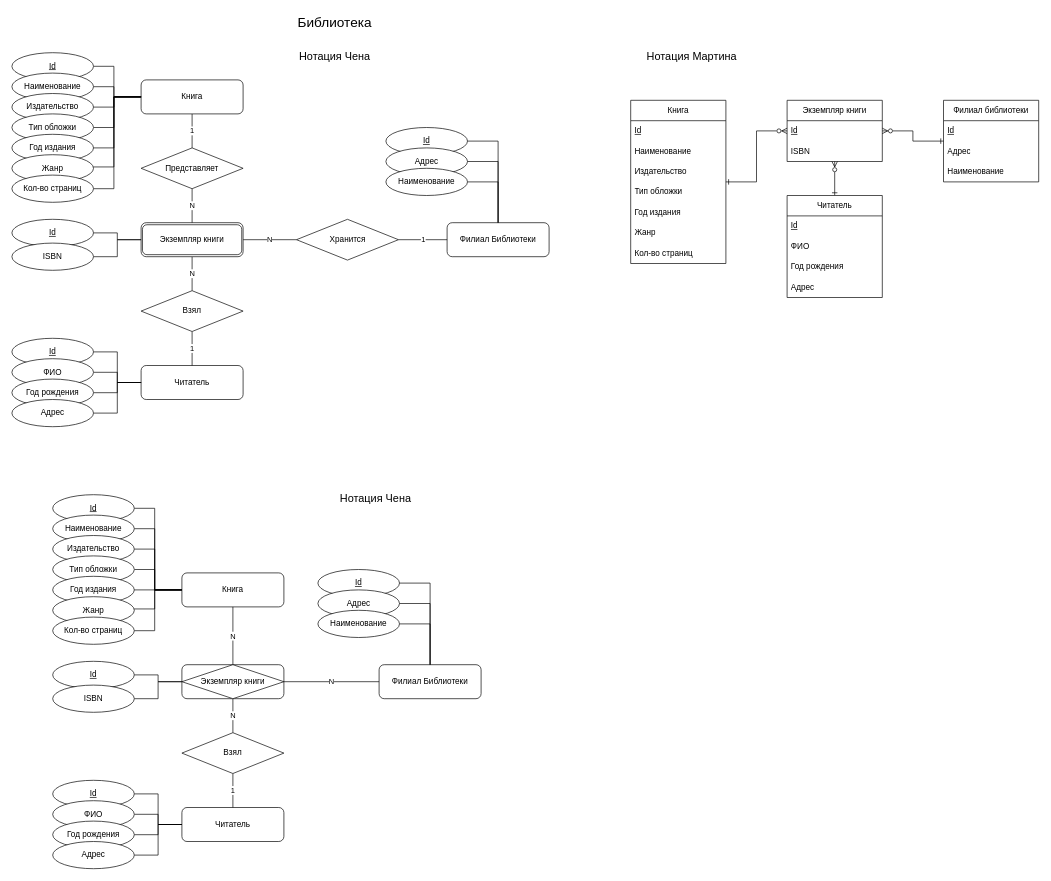
Before: 1.library.drawio in kireyevsv/nsu-course-databases-lab-er, a draw.io diagram. Source tidied: cells renumbered, new cells numbered last; positions are measured from the earlier drawing's top-left corner, leaving out a move shared by most shapes. Both pictures are drawn from the tidied source at 68%, with x=0, y=0 at pixel (12, 12).
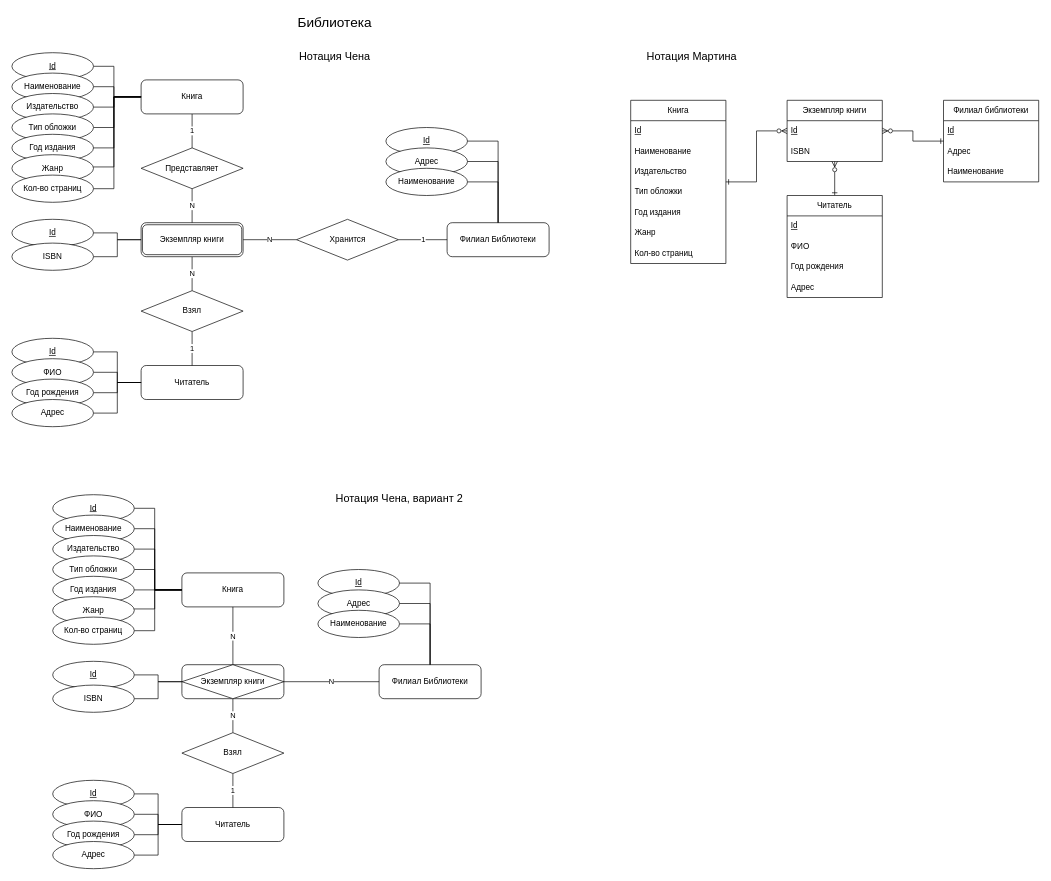
After the change.

The edit, as a diff of the source:
```diff
@@
-    <mxCell id="82" value="&lt;font style=&quot;font-size: 16px;&quot;&gt;Нотация Чена&lt;/font&gt;" style="text;html=1;align=center;verticalAlign=middle;whiteSpace=wrap;rounded=0;fontSize=18;" parent="1" vertex="1">
-      <mxGeometry x="470" y="700" width="130" height="30" as="geometry" />
+    <mxCell id="82" value="&lt;font style=&quot;font-size: 16px;&quot;&gt;Нотация Чена, вариант 2&lt;/font&gt;" style="text;html=1;align=center;verticalAlign=middle;whiteSpace=wrap;rounded=0;fontSize=18;" parent="1" vertex="1">
+      <mxGeometry x="470" y="700" width="200" height="30" as="geometry" />
     </mxCell>
```
